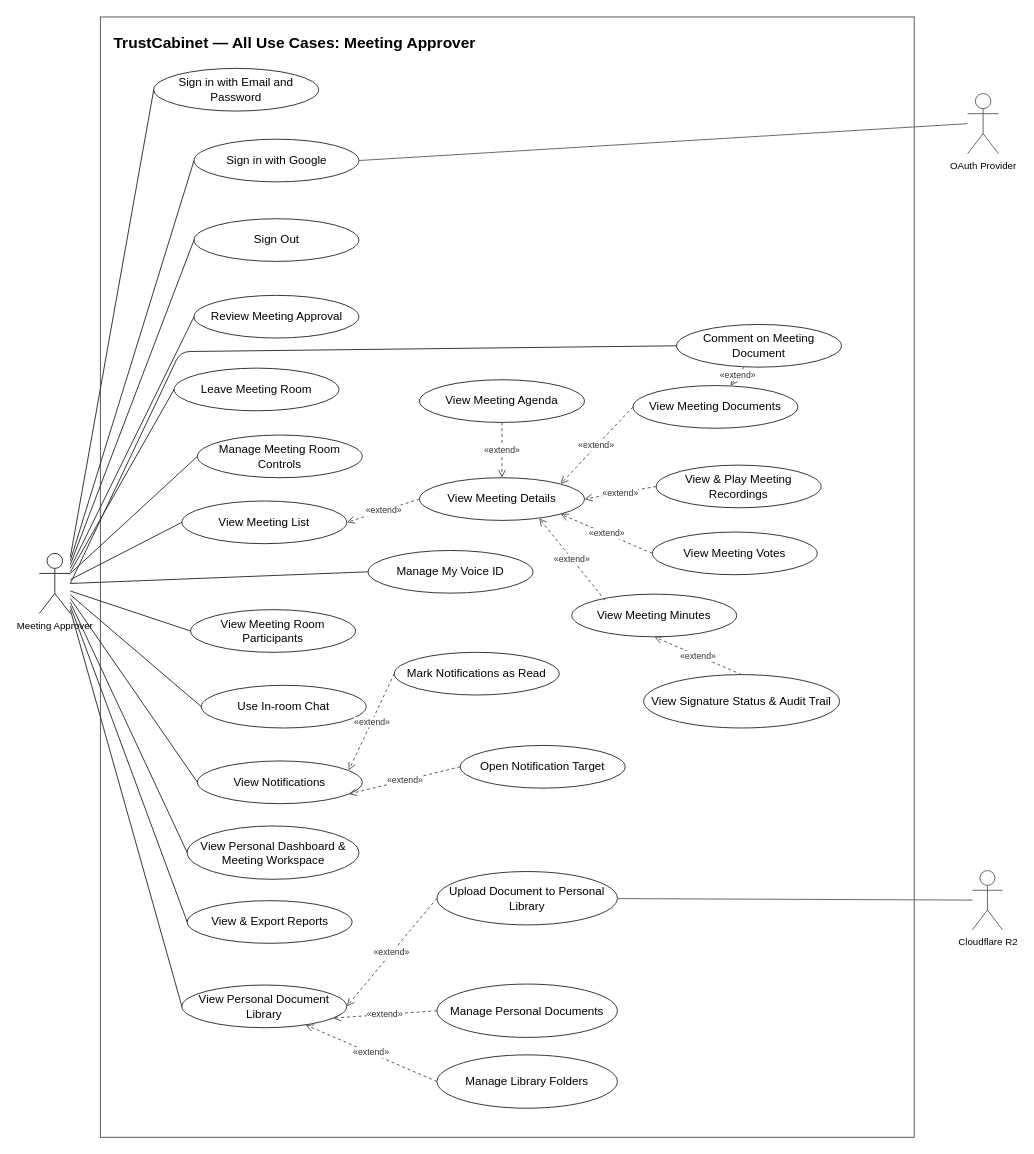
This is page "Meeting Approver" (3 of 7) of docs/14-uc-diagram/trustcabinet-use-cases.drawio from callmehai/FU-FA26-G116, a draw.io file, before an edit. Source tidied: cells renumbered, new cells numbered last; positions are measured from the earlier drawing's top-left corner, leaving out a move shared by most shapes. Both pictures are drawn from the tidied source at 97%, with x=0, y=0 at pixel (39, 16).
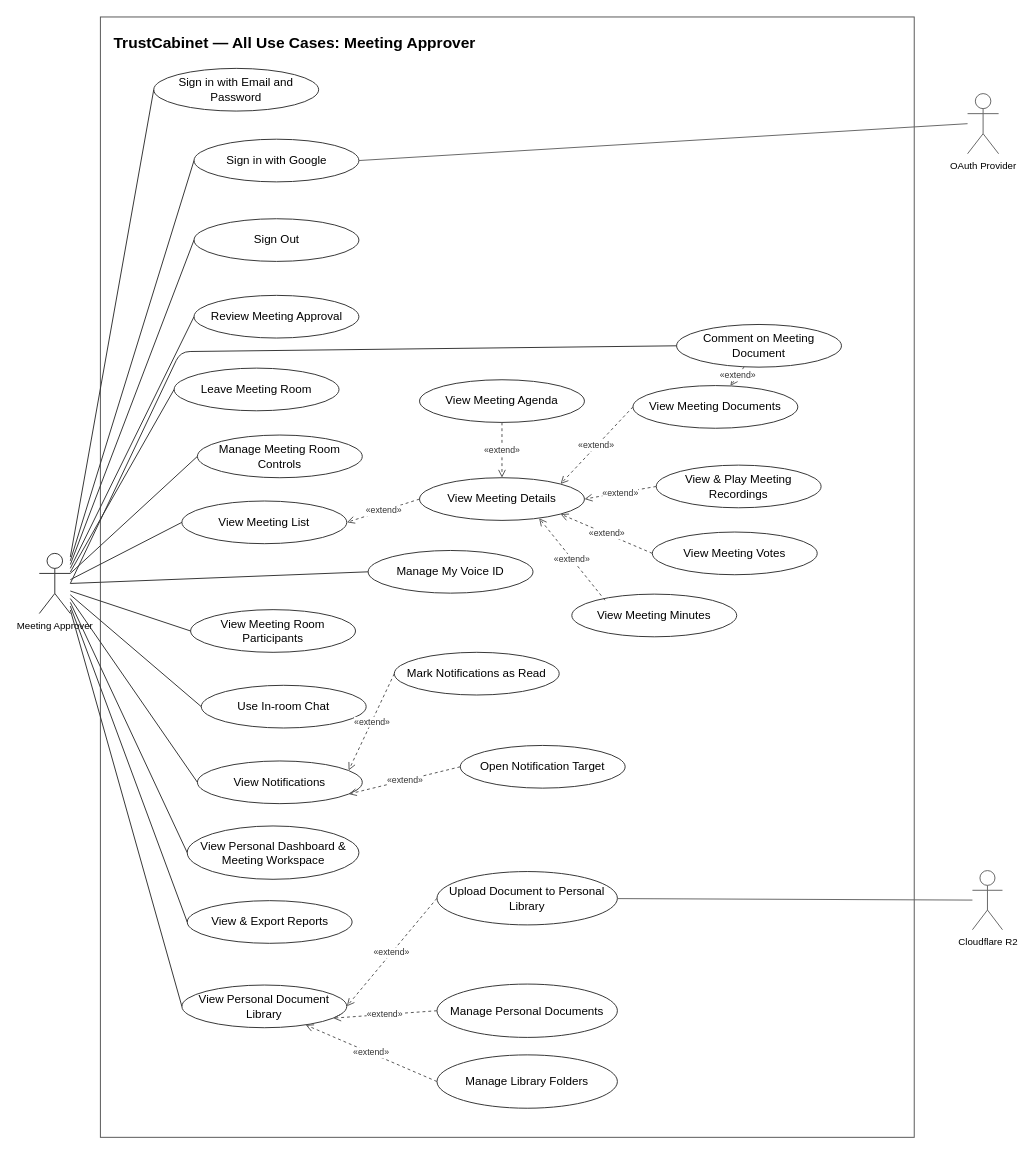
Above is the later version.

The change refers to these unchanged cells:
```xml
<mxCell id="20" value="View Meeting Minutes" style="ellipse;whiteSpace=wrap;html=1;align=center;verticalAlign=middle;fontSize=12;strokeColor=#333333;fillColor=#ffffff;" parent="1" vertex="1">
  <mxGeometry x="549" y="595" width="170" height="44" as="geometry" />
</mxCell>
```

The edit, as a diff of the source:
```diff
@@
-    <mxCell id="21" value="View Signature Status &amp; Audit Trail" style="ellipse;whiteSpace=wrap;html=1;align=center;verticalAlign=middle;fontSize=12;strokeColor=#333333;fillColor=#ffffff;" parent="1" vertex="1">
-      <mxGeometry x="623" y="678" width="202" height="55" as="geometry" />
-    </mxCell>
@@
-    <mxCell id="49" value="&amp;#171;extend&amp;#187;" style="edgeStyle=none;html=1;dashed=1;strokeColor=#555555;fontColor=#333333;fontSize=9;endArrow=open;endFill=0;exitX=0.5;exitY=0;exitDx=0;exitDy=0;entryX=0.5;entryY=1;entryDx=0;entryDy=0;" parent="1" edge="1" source="21" target="20">
-      <mxGeometry relative="1" as="geometry" />
-    </mxCell>
```
